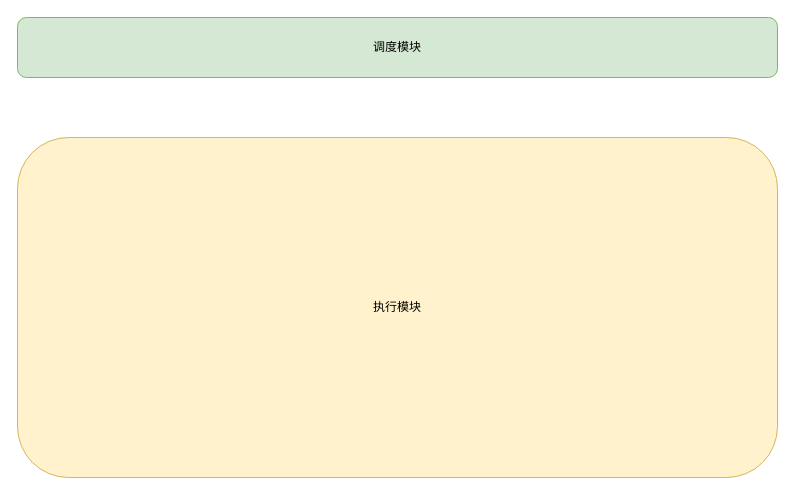
emothion/diagrams keeps this draw.io diagram as 执行模块.drawio. Above is the earlier version. Source tidied: cells renumbered, new cells numbered last; positions are measured from the earlier drawing's top-left corner, leaving out a move shared by most shapes. Both pictures are drawn from the tidied source at 100%, with x=0, y=0 at pixel (17, 17).
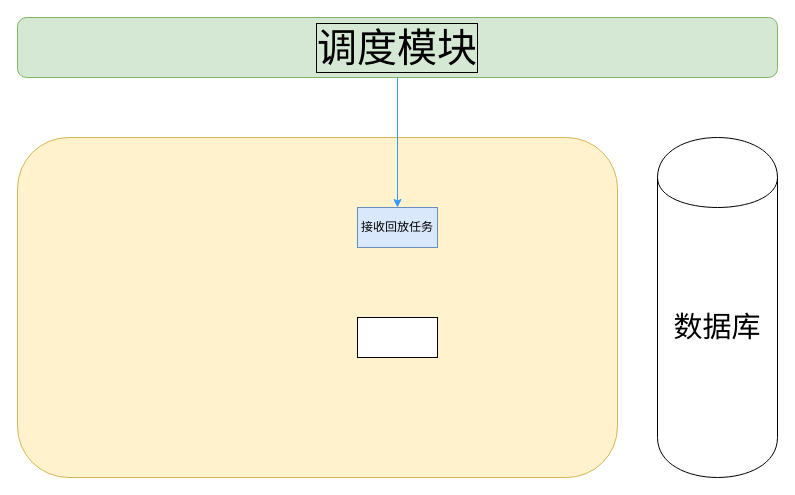
The same page after the edit.

Commit message (it also covers changes not shown here):
更新执行模块.drawio

Change to the diagram source:
```diff
@@
 <mxGraphModel>
   <root>
     <mxCell id="0" />
     <mxCell id="1" parent="0" />
-    <mxCell id="2" value="调度模块" style="rounded=1;whiteSpace=wrap;html=1;fillColor=#d5e8d4;strokeColor=#82b366;" parent="1" vertex="1">
+    <mxCell id="2" value="调度模块" style="rounded=1;whiteSpace=wrap;html=1;fillColor=#d5e8d4;strokeColor=#82b366;fontColor=#000000;fontSize=40;labelBorderColor=#000000;" parent="1" vertex="1">
       <mxGeometry width="760" height="60" as="geometry" />
     </mxCell>
-    <mxCell id="3" value="执行模块" style="rounded=1;whiteSpace=wrap;html=1;fillColor=#fff2cc;strokeColor=#d6b656;" parent="1" vertex="1">
-      <mxGeometry y="120" width="760" height="340" as="geometry" />
+    <mxCell id="3" style="rounded=1;whiteSpace=wrap;html=1;fillColor=#fff2cc;strokeColor=#d6b656;" parent="1" vertex="1">
+      <mxGeometry y="120" width="600" height="340" as="geometry" />
     </mxCell>
+    <mxCell id="4" value="接收回放任务" style="rounded=0;whiteSpace=wrap;html=1;fillColor=#dae8fc;strokeColor=#6c8ebf;" parent="1" vertex="1">
+      <mxGeometry x="340" y="190" width="80" height="40" as="geometry" />
+    </mxCell>
+    <mxCell id="5" style="rounded=0;whiteSpace=wrap;html=1;" parent="1" vertex="1">
+      <mxGeometry x="340" y="300" width="80" height="40" as="geometry" />
+    </mxCell>
+    <mxCell id="6" style="edgeStyle=orthogonalEdgeStyle;rounded=0;jettySize=auto;html=1;exitX=0.5;exitY=1;exitDx=0;exitDy=0;entryX=0.5;entryY=0;entryDx=0;entryDy=0;strokeColor=#3399FF;" parent="1" edge="1" source="2" target="4">
+      <mxGeometry relative="1" as="geometry" />
+    </mxCell>
+    <mxCell id="7" value="数据库" style="shape=cylinder;whiteSpace=wrap;html=1;boundedLbl=1;backgroundOutline=1;fontSize=29;fontColor=#000000;" parent="1" vertex="1">
+      <mxGeometry x="640" y="120" width="120" height="340" as="geometry" />
+    </mxCell>
   </root>
 </mxGraphModel>
```
